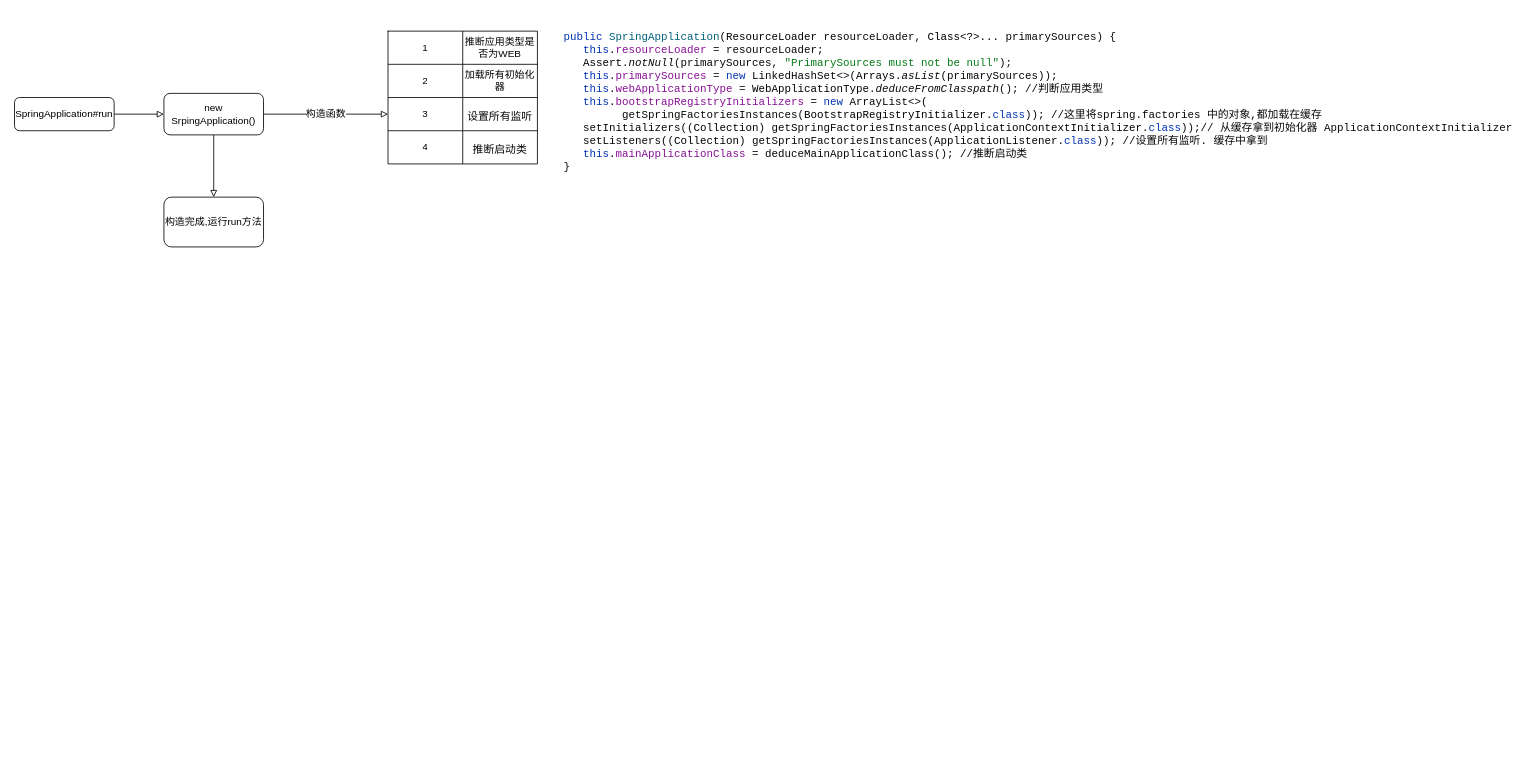
The draw.io diagram spring/spring 初始化流程.drawio in springcloud-boot/perfect-java, before the edit. Source tidied: cells renumbered, new cells numbered last; positions are measured from the earlier drawing's top-left corner, leaving out a move shared by most shapes. Both pictures are drawn from the tidied source at 83%, with x=0, y=0 at pixel (14, 14).
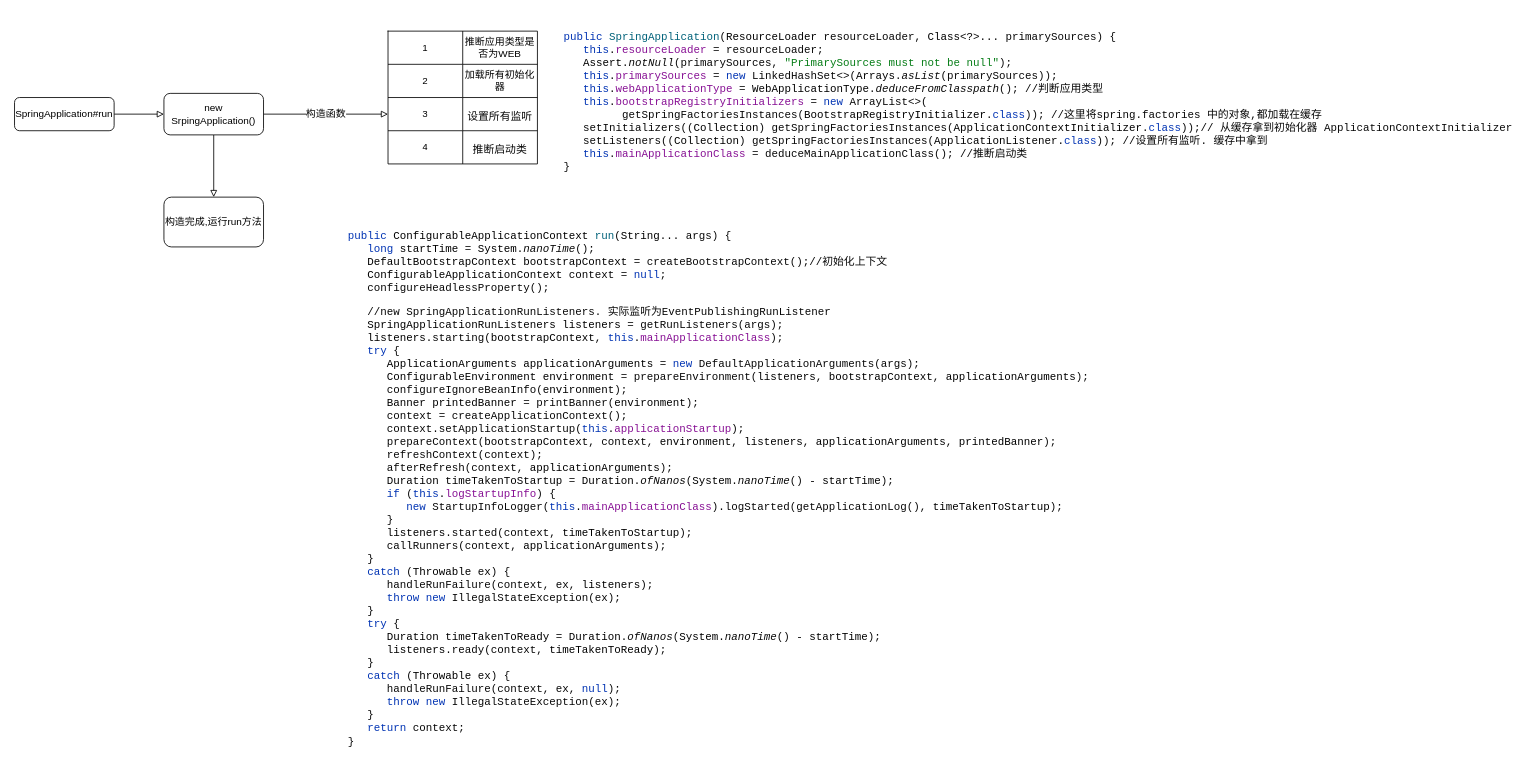
After the change.

Commit message (it also covers changes not shown here):
更新spring 初始化流程.drawio

The edit, as a diff of the source:
```diff
@@
+    <mxCell id="22" value="&lt;pre style=&quot;background-color:#ffffff;color:#080808;font-family:'JetBrains Mono',monospace;font-size:9.8pt;&quot;&gt;&lt;span style=&quot;color:#0033b3;&quot;&gt;public &lt;/span&gt;&lt;span style=&quot;color:#000000;&quot;&gt;ConfigurableApplicationContext &lt;/span&gt;&lt;span style=&quot;color:#00627a;&quot;&gt;run&lt;/span&gt;(&lt;span style=&quot;color:#000000;&quot;&gt;String&lt;/span&gt;... args) {&lt;br&gt;   &lt;span style=&quot;color:#0033b3;&quot;&gt;long &lt;/span&gt;&lt;span style=&quot;color:#000000;&quot;&gt;startTime &lt;/span&gt;= &lt;span style=&quot;color:#000000;&quot;&gt;System&lt;/span&gt;.&lt;span style=&quot;font-style:italic;&quot;&gt;nanoTime&lt;/span&gt;();&lt;br&gt;   &lt;span style=&quot;color:#000000;&quot;&gt;DefaultBootstrapContext bootstrapContext &lt;/span&gt;= createBootstrapContext();//初始化上下文&lt;br&gt;   &lt;span style=&quot;color:#000000;&quot;&gt;ConfigurableApplicationContext &lt;/span&gt;context = &lt;span style=&quot;color:#0033b3;&quot;&gt;null&lt;/span&gt;;&lt;br&gt;   configureHeadlessProperty();&lt;/pre&gt;&lt;pre style=&quot;background-color:#ffffff;color:#080808;font-family:'JetBrains Mono',monospace;font-size:9.8pt;&quot;&gt;   //new SpringApplicationRunListeners. 实际监听为EventPublishingRunListener&lt;br&gt;   &lt;span style=&quot;color:#000000;&quot;&gt;SpringApplicationRunListeners listeners &lt;/span&gt;= getRunListeners(args);&lt;br&gt;   &lt;span style=&quot;color:#000000;&quot;&gt;listeners&lt;/span&gt;.starting(&lt;span style=&quot;color:#000000;&quot;&gt;bootstrapContext&lt;/span&gt;, &lt;span style=&quot;color:#0033b3;&quot;&gt;this&lt;/span&gt;.&lt;span style=&quot;color:#871094;&quot;&gt;mainApplicationClass&lt;/span&gt;);&lt;br&gt;   &lt;span style=&quot;color:#0033b3;&quot;&gt;try &lt;/span&gt;{&lt;br&gt;      &lt;span style=&quot;color:#000000;&quot;&gt;ApplicationArguments applicationArguments &lt;/span&gt;= &lt;span style=&quot;color:#0033b3;&quot;&gt;new &lt;/span&gt;DefaultApplicationArguments(args);&lt;br&gt;      &lt;span style=&quot;color:#000000;&quot;&gt;ConfigurableEnvironment environment &lt;/span&gt;= prepareEnvironment(&lt;span style=&quot;color:#000000;&quot;&gt;listeners&lt;/span&gt;, &lt;span style=&quot;color:#000000;&quot;&gt;bootstrapContext&lt;/span&gt;, &lt;span style=&quot;color:#000000;&quot;&gt;applicationArguments&lt;/span&gt;);&lt;br&gt;      configureIgnoreBeanInfo(&lt;span style=&quot;color:#000000;&quot;&gt;environment&lt;/span&gt;);&lt;br&gt;      &lt;span style=&quot;color:#000000;&quot;&gt;Banner printedBanner &lt;/span&gt;= printBanner(&lt;span style=&quot;color:#000000;&quot;&gt;environment&lt;/span&gt;);&lt;br&gt;      context = createApplicationContext();&lt;br&gt;      context.setApplicationStartup(&lt;span style=&quot;color:#0033b3;&quot;&gt;this&lt;/span&gt;.&lt;span style=&quot;color:#871094;&quot;&gt;applicationStartup&lt;/span&gt;);&lt;br&gt;      prepareContext(&lt;span style=&quot;color:#000000;&quot;&gt;bootstrapContext&lt;/span&gt;, context, &lt;span style=&quot;color:#000000;&quot;&gt;environment&lt;/span&gt;, &lt;span style=&quot;color:#000000;&quot;&gt;listeners&lt;/span&gt;, &lt;span style=&quot;color:#000000;&quot;&gt;applicationArguments&lt;/span&gt;, &lt;span style=&quot;color:#000000;&quot;&gt;printedBanner&lt;/span&gt;);&lt;br&gt;      refreshContext(context);&lt;br&gt;      afterRefresh(context, &lt;span style=&quot;color:#000000;&quot;&gt;applicationArguments&lt;/span&gt;);&lt;br&gt;      &lt;span style=&quot;color:#000000;&quot;&gt;Duration timeTakenToStartup &lt;/span&gt;= &lt;span style=&quot;color:#000000;&quot;&gt;Duration&lt;/span&gt;.&lt;span style=&quot;font-style:italic;&quot;&gt;ofNanos&lt;/span&gt;(&lt;span style=&quot;color:#000000;&quot;&gt;System&lt;/span&gt;.&lt;span style=&quot;font-style:italic;&quot;&gt;nanoTime&lt;/span&gt;() - &lt;span style=&quot;color:#000000;&quot;&gt;startTime&lt;/span&gt;);&lt;br&gt;      &lt;span style=&quot;color:#0033b3;&quot;&gt;if &lt;/span&gt;(&lt;span style=&quot;color:#0033b3;&quot;&gt;this&lt;/span&gt;.&lt;span style=&quot;color:#871094;&quot;&gt;logStartupInfo&lt;/span&gt;) {&lt;br&gt;         &lt;span style=&quot;color:#0033b3;&quot;&gt;new &lt;/span&gt;StartupInfoLogger(&lt;span style=&quot;color:#0033b3;&quot;&gt;this&lt;/span&gt;.&lt;span style=&quot;color:#871094;&quot;&gt;mainApplicationClass&lt;/span&gt;).logStarted(getApplicationLog(), &lt;span style=&quot;color:#000000;&quot;&gt;timeTakenToStartup&lt;/span&gt;);&lt;br&gt;      }&lt;br&gt;      &lt;span style=&quot;color:#000000;&quot;&gt;listeners&lt;/span&gt;.started(context, &lt;span style=&quot;color:#000000;&quot;&gt;timeTakenToStartup&lt;/span&gt;);&lt;br&gt;      callRunners(context, &lt;span style=&quot;color:#000000;&quot;&gt;applicationArguments&lt;/span&gt;);&lt;br&gt;   }&lt;br&gt;   &lt;span style=&quot;color:#0033b3;&quot;&gt;catch &lt;/span&gt;(&lt;span style=&quot;color:#000000;&quot;&gt;Throwable &lt;/span&gt;ex) {&lt;br&gt;      handleRunFailure(context, ex, &lt;span style=&quot;color:#000000;&quot;&gt;listeners&lt;/span&gt;);&lt;br&gt;      &lt;span style=&quot;color:#0033b3;&quot;&gt;throw new &lt;/span&gt;IllegalStateException(ex);&lt;br&gt;   }&lt;br&gt;   &lt;span style=&quot;color:#0033b3;&quot;&gt;try &lt;/span&gt;{&lt;br&gt;      &lt;span style=&quot;color:#000000;&quot;&gt;Duration timeTakenToReady &lt;/span&gt;= &lt;span style=&quot;color:#000000;&quot;&gt;Duration&lt;/span&gt;.&lt;span style=&quot;font-style:italic;&quot;&gt;ofNanos&lt;/span&gt;(&lt;span style=&quot;color:#000000;&quot;&gt;System&lt;/span&gt;.&lt;span style=&quot;font-style:italic;&quot;&gt;nanoTime&lt;/span&gt;() - &lt;span style=&quot;color:#000000;&quot;&gt;startTime&lt;/span&gt;);&lt;br&gt;      &lt;span style=&quot;color:#000000;&quot;&gt;listeners&lt;/span&gt;.ready(context, &lt;span style=&quot;color:#000000;&quot;&gt;timeTakenToReady&lt;/span&gt;);&lt;br&gt;   }&lt;br&gt;   &lt;span style=&quot;color:#0033b3;&quot;&gt;catch &lt;/span&gt;(&lt;span style=&quot;color:#000000;&quot;&gt;Throwable &lt;/span&gt;ex) {&lt;br&gt;      handleRunFailure(context, ex, &lt;span style=&quot;color:#0033b3;&quot;&gt;null&lt;/span&gt;);&lt;br&gt;      &lt;span style=&quot;color:#0033b3;&quot;&gt;throw new &lt;/span&gt;IllegalStateException(ex);&lt;br&gt;   }&lt;br&gt;   &lt;span style=&quot;color:#0033b3;&quot;&gt;return &lt;/span&gt;context;&lt;br&gt;}&lt;/pre&gt;" style="text;whiteSpace=wrap;html=1;fontSize=12;fontFamily=Helvetica;fontColor=default;" parent="1" vertex="1">
+      <mxGeometry x="400" y="240" width="560" height="650" as="geometry" />
+    </mxCell>
```
